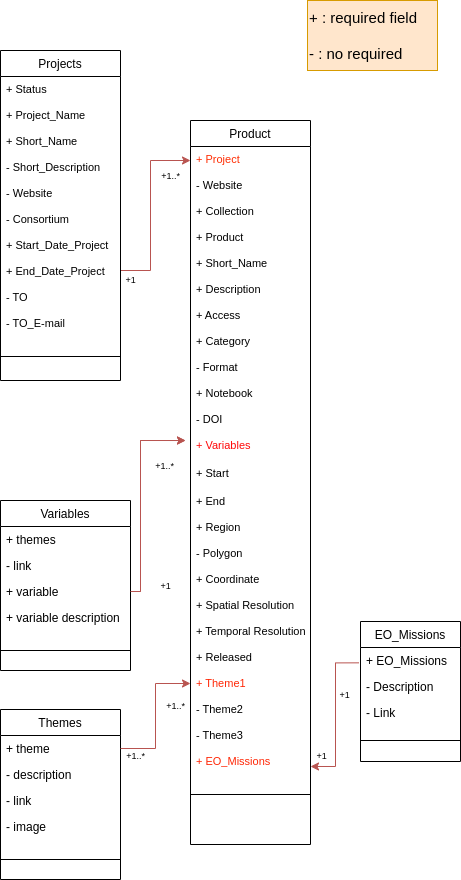
Before: docs/metadata_class_diagram.png, a diagram exported from draw.io (okoko-cs/4dhydro-open-science-catalog-metadata). Source tidied: cells renumbered, new cells last; positions are measured from the earlier drawing's top-left corner, leaving out a move shared by most shapes.
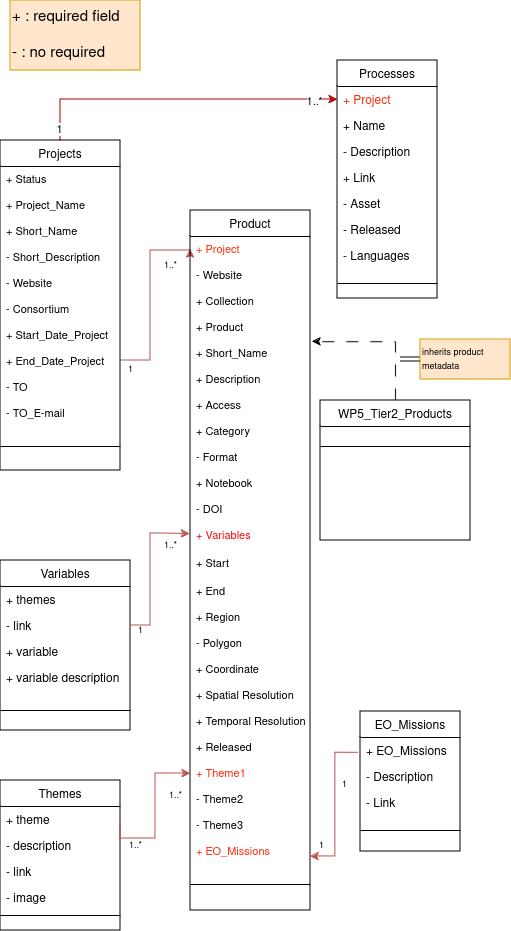
After the commit.

Commit message:
fix: WP5_tier2_product csv add product name

What changed in the source:
```diff
@@ -18,7 +18,7 @@
       <mxGeometry y="104" width="100" height="30" as="geometry" />
     </mxCell>
     <mxCell id="7" value="Themes" style="swimlane;fontStyle=0;align=center;verticalAlign=top;horizontal=1;startSize=26;rounded=0;shadow=0;strokeWidth=1;" parent="1" vertex="1">
-      <mxGeometry y="709" width="120" height="170" as="geometry" />
+      <mxGeometry y="690" width="120" height="150" as="geometry" />
     </mxCell>
     <mxCell id="8" value="+ theme" style="text;align=left;verticalAlign=top;spacingLeft=4;spacingRight=4;overflow=hidden;points=[[0,0.5],[1,0.5]];portConstraint=eastwest;" parent="7" vertex="1">
       <mxGeometry y="26" width="120" height="26" as="geometry" />
@@ -33,19 +33,10 @@
       <mxGeometry y="104" width="120" height="26" as="geometry" />
     </mxCell>
     <mxCell id="12" style="line;html=1;strokeWidth=1;align=left;verticalAlign=middle;spacingTop=-1;spacingLeft=3;spacingRight=3;labelPosition=right;" parent="7" vertex="1">
-      <mxGeometry y="130" width="120" height="40" as="geometry" />
+      <mxGeometry y="130" width="120" height="10" as="geometry" />
     </mxCell>
-    <mxCell id="13" style="edgeStyle=orthogonalEdgeStyle;rounded=0;jettySize=auto;html=1;fillColor=#f8cecc;strokeColor=#b85450;entryX=0;entryY=0.286;entryDx=0;entryDy=0;entryPerimeter=0;" parent="1" edge="1" source="17">
-      <mxGeometry relative="1" as="geometry">
-        <mxPoint x="185" y="440" as="targetPoint" />
-        <Array as="points">
-          <mxPoint x="140" y="591" />
-          <mxPoint x="140" y="440" />
-        </Array>
-      </mxGeometry>
-    </mxCell>
     <mxCell id="14" value="Variables" style="swimlane;fontStyle=0;align=center;verticalAlign=top;horizontal=1;startSize=26;rounded=0;shadow=0;strokeWidth=1;" parent="1" vertex="1">
-      <mxGeometry y="500" width="130" height="170" as="geometry" />
+      <mxGeometry y="470" width="130" height="170" as="geometry" />
     </mxCell>
     <mxCell id="15" value="+ themes" style="text;align=left;verticalAlign=top;spacingLeft=4;spacingRight=4;overflow=hidden;" parent="14" vertex="1">
       <mxGeometry y="26" width="130" height="26" as="geometry" />
@@ -71,6 +62,15 @@
         </Array>
       </mxGeometry>
     </mxCell>
+    <mxCell id="71" style="edgeStyle=orthogonalEdgeStyle;rounded=0;jettySize=auto;html=1;entryX=0;entryY=0.5;entryDx=0;entryDy=0;fillColor=#e51400;strokeColor=#B20000;" parent="1" edge="1" source="21" target="78">
+      <mxGeometry relative="1" as="geometry" />
+    </mxCell>
+    <mxCell id="72" value="1" style="edgeLabel;html=1;align=center;verticalAlign=middle;" parent="71" vertex="1">
+      <mxGeometry x="-0.93" y="1" relative="1" as="geometry" />
+    </mxCell>
+    <mxCell id="73" value="1..*" style="edgeLabel;html=1;align=center;verticalAlign=middle;" parent="71" vertex="1">
+      <mxGeometry x="0.85" y="-2" relative="1" as="geometry" />
+    </mxCell>
     <mxCell id="21" value="Projects" style="swimlane;fontStyle=0;align=center;verticalAlign=top;horizontal=1;startSize=26;rounded=0;shadow=0;strokeWidth=1;" parent="1" vertex="1">
       <mxGeometry y="50" width="120" height="330" as="geometry" />
     </mxCell>
@@ -108,7 +108,7 @@
       <mxGeometry y="286" width="120" height="40" as="geometry" />
     </mxCell>
     <mxCell id="33" value="Product" style="swimlane;fontStyle=0;align=center;verticalAlign=top;horizontal=1;startSize=26;rounded=0;shadow=0;strokeWidth=1;" parent="1" vertex="1">
-      <mxGeometry x="190" y="120" width="120" height="724" as="geometry" />
+      <mxGeometry x="190" y="120" width="120" height="700" as="geometry" />
     </mxCell>
     <mxCell id="34" value="+ Project" style="text;align=left;verticalAlign=top;spacingLeft=4;spacingRight=4;overflow=hidden;points=[[0,0.5],[1,0.5]];portConstraint=eastwest;rounded=0;shadow=0;html=0;fontSize=11;fontColor=#FF2D03;" parent="33" vertex="1">
       <mxGeometry y="26" width="120" height="26" as="geometry" />
@@ -193,45 +193,88 @@
         </Array>
       </mxGeometry>
     </mxCell>
-    <mxCell id="60" value="&lt;font style=&quot;font-size: 9px;&quot;&gt;+1&lt;/font&gt;" style="text;html=1;align=center;verticalAlign=middle;strokeColor=none;fillColor=none;" parent="1" vertex="1">
+    <mxCell id="60" value="&lt;font style=&quot;font-size: 9px;&quot;&gt;1&lt;/font&gt;" style="text;html=1;align=center;verticalAlign=middle;strokeColor=none;fillColor=none;" parent="1" vertex="1">
       <mxGeometry x="306" y="740" width="30" height="30" as="geometry" />
     </mxCell>
-    <mxCell id="61" value="&lt;font style=&quot;font-size: 9px;&quot;&gt;+1&lt;/font&gt;" style="text;html=1;align=center;verticalAlign=middle;strokeColor=none;fillColor=none;" parent="1" vertex="1">
+    <mxCell id="61" value="&lt;font style=&quot;font-size: 9px;&quot;&gt;1&lt;/font&gt;" style="text;html=1;align=center;verticalAlign=middle;strokeColor=none;fillColor=none;" parent="1" vertex="1">
       <mxGeometry x="329" y="679" width="30" height="30" as="geometry" />
     </mxCell>
-    <mxCell id="62" value="&lt;font style=&quot;font-size: 9px;&quot;&gt;+1..*&lt;/font&gt;" style="text;html=1;align=center;verticalAlign=middle;strokeColor=none;fillColor=none;" parent="1" vertex="1">
+    <mxCell id="62" value="&lt;div&gt;&lt;span style=&quot;font-size: 9px; background-color: initial;&quot;&gt;1..*&lt;/span&gt;&lt;br&gt;&lt;/div&gt;" style="text;html=1;align=center;verticalAlign=middle;strokeColor=none;fillColor=none;" parent="1" vertex="1">
       <mxGeometry x="155" y="690" width="40" height="30" as="geometry" />
     </mxCell>
-    <mxCell id="63" value="&lt;font style=&quot;font-size: 9px;&quot;&gt;+1..*&lt;/font&gt;" style="text;html=1;align=center;verticalAlign=middle;strokeColor=none;fillColor=none;" parent="1" vertex="1">
+    <mxCell id="63" value="&lt;div&gt;&lt;span style=&quot;font-size: 9px; background-color: initial;&quot;&gt;1..*&lt;/span&gt;&lt;br&gt;&lt;/div&gt;" style="text;html=1;align=center;verticalAlign=middle;strokeColor=none;fillColor=none;" parent="1" vertex="1">
       <mxGeometry x="115" y="740" width="40" height="30" as="geometry" />
     </mxCell>
-    <mxCell id="64" value="&lt;font style=&quot;font-size: 9px;&quot;&gt;+1..*&lt;/font&gt;" style="text;html=1;align=center;verticalAlign=middle;strokeColor=none;fillColor=none;" parent="1" vertex="1">
-      <mxGeometry x="144" y="450" width="40" height="30" as="geometry" />
+    <mxCell id="64" value="&lt;font style=&quot;font-size: 9px;&quot;&gt;1..*&lt;/font&gt;" style="text;html=1;align=center;verticalAlign=middle;strokeColor=none;fillColor=none;" parent="1" vertex="1">
+      <mxGeometry x="150" y="440" width="40" height="30" as="geometry" />
     </mxCell>
-    <mxCell id="65" value="&lt;font style=&quot;font-size: 9px;&quot;&gt;+1&lt;/font&gt;" style="text;html=1;align=center;verticalAlign=middle;strokeColor=none;fillColor=none;" parent="1" vertex="1">
-      <mxGeometry x="150" y="570" width="30" height="30" as="geometry" />
+    <mxCell id="65" value="&lt;div&gt;&lt;font style=&quot;font-size: 9px;&quot;&gt;&lt;br&gt;&lt;/font&gt;&lt;/div&gt;&lt;font style=&quot;font-size: 9px;&quot;&gt;1&lt;/font&gt;" style="text;html=1;align=center;verticalAlign=middle;strokeColor=none;fillColor=none;" parent="1" vertex="1">
+      <mxGeometry x="125" y="513" width="30" height="40" as="geometry" />
     </mxCell>
-    <mxCell id="66" value="&lt;font style=&quot;font-size: 9px;&quot;&gt;+1..*&lt;/font&gt;" style="text;html=1;align=center;verticalAlign=middle;strokeColor=none;fillColor=none;" parent="1" vertex="1">
+    <mxCell id="66" value="&lt;font style=&quot;font-size: 9px;&quot;&gt;1..*&lt;/font&gt;" style="text;html=1;align=center;verticalAlign=middle;strokeColor=none;fillColor=none;" parent="1" vertex="1">
       <mxGeometry x="150" y="160" width="40" height="30" as="geometry" />
     </mxCell>
-    <mxCell id="67" value="&lt;font style=&quot;font-size: 9px;&quot;&gt;+1&lt;/font&gt;" style="text;html=1;align=center;verticalAlign=middle;strokeColor=none;fillColor=none;" parent="1" vertex="1">
+    <mxCell id="67" value="&lt;font style=&quot;font-size: 9px;&quot;&gt;1&lt;/font&gt;" style="text;html=1;align=center;verticalAlign=middle;strokeColor=none;fillColor=none;" parent="1" vertex="1">
       <mxGeometry x="115" y="264" width="30" height="30" as="geometry" />
     </mxCell>
     <mxCell id="68" style="edgeStyle=orthogonalEdgeStyle;rounded=0;jettySize=auto;html=1;entryX=1;entryY=0.692;entryDx=0;entryDy=0;entryPerimeter=0;fillColor=#f8cecc;strokeColor=#b85450;exitX=-0.018;exitY=0.59;exitDx=0;exitDy=0;exitPerimeter=0;" parent="1" edge="1" source="3" target="57">
       <mxGeometry relative="1" as="geometry" />
     </mxCell>
     <mxCell id="69" value="&lt;font style=&quot;font-size: 15px;&quot;&gt;+ : required field&lt;br&gt;&lt;br&gt;- : no required&lt;/font&gt;" style="text;html=1;align=left;verticalAlign=middle;strokeColor=#d79b00;fillColor=#ffe6cc;" parent="1" vertex="1">
-      <mxGeometry x="307" width="130" height="70" as="geometry" />
+      <mxGeometry x="10" y="-90" width="130" height="70" as="geometry" />
     </mxCell>
-    <mxCell id="70" style="edgeStyle=orthogonalEdgeStyle;rounded=0;orthogonalLoop=1;jettySize=auto;html=1;fillColor=#f8cecc;strokeColor=#b85450;entryX=0;entryY=0.286;entryDx=0;entryDy=0;entryPerimeter=0;" parent="1" edge="1">
-      <mxGeometry relative="1" as="geometry">
-        <mxPoint x="130" y="591" as="sourcePoint" />
-        <mxPoint x="185" y="440" as="targetPoint" />
-        <Array as="points">
-          <mxPoint x="140" y="591" />
-          <mxPoint x="140" y="440" />
-        </Array>
-      </mxGeometry>
-    </mxCell>
+    <mxCell id="74" style="edgeStyle=orthogonalEdgeStyle;rounded=0;jettySize=auto;html=1;entryX=1.015;entryY=0.046;entryDx=0;entryDy=0;entryPerimeter=0;dashed=1;dashPattern=12 12;strokeWidth=1;" parent="1" edge="1" source="75" target="38">
+      <mxGeometry relative="1" as="geometry" />
+    </mxCell>
+    <mxCell id="75" value="WP5_Tier2_Products" style="swimlane;fontStyle=0;align=center;verticalAlign=top;horizontal=1;startSize=26;rounded=0;shadow=0;strokeWidth=1;" parent="1" vertex="1">
+      <mxGeometry x="320" y="310" width="150" height="140" as="geometry" />
+    </mxCell>
+    <mxCell id="76" style="line;html=1;strokeWidth=1;align=left;verticalAlign=middle;spacingTop=-1;spacingLeft=3;spacingRight=3;labelPosition=right;" parent="75" vertex="1">
+      <mxGeometry y="26" width="150" height="40" as="geometry" />
+    </mxCell>
+    <mxCell id="77" value="Processes" style="swimlane;fontStyle=0;align=center;verticalAlign=top;horizontal=1;startSize=26;rounded=0;shadow=0;strokeWidth=1;" parent="1" vertex="1">
+      <mxGeometry x="337" y="-30" width="100" height="238" as="geometry" />
+    </mxCell>
+    <mxCell id="78" value="+ Project" style="text;align=left;verticalAlign=top;spacingLeft=4;spacingRight=4;overflow=hidden;points=[[0,0.5],[1,0.5]];portConstraint=eastwest;fontColor=#FF2605;" parent="77" vertex="1">
+      <mxGeometry y="26" width="100" height="26" as="geometry" />
+    </mxCell>
+    <mxCell id="79" value="+ Name" style="text;align=left;verticalAlign=top;spacingLeft=4;spacingRight=4;overflow=hidden;rounded=0;shadow=0;html=0;" parent="77" vertex="1">
+      <mxGeometry y="52" width="100" height="26" as="geometry" />
+    </mxCell>
+    <mxCell id="80" value="- Description" style="text;align=left;verticalAlign=top;spacingLeft=4;spacingRight=4;overflow=hidden;rounded=0;shadow=0;html=0;" parent="77" vertex="1">
+      <mxGeometry y="78" width="100" height="26" as="geometry" />
+    </mxCell>
+    <mxCell id="81" value="+ Link" style="text;align=left;verticalAlign=top;spacingLeft=4;spacingRight=4;overflow=hidden;rounded=0;shadow=0;html=0;" parent="77" vertex="1">
+      <mxGeometry y="104" width="100" height="26" as="geometry" />
+    </mxCell>
+    <mxCell id="82" value="- Asset" style="text;align=left;verticalAlign=top;spacingLeft=4;spacingRight=4;overflow=hidden;rounded=0;shadow=0;html=0;" parent="77" vertex="1">
+      <mxGeometry y="130" width="100" height="26" as="geometry" />
+    </mxCell>
+    <mxCell id="83" value="- Released" style="text;align=left;verticalAlign=top;spacingLeft=4;spacingRight=4;overflow=hidden;rounded=0;shadow=0;html=0;" parent="77" vertex="1">
+      <mxGeometry y="156" width="100" height="26" as="geometry" />
+    </mxCell>
+    <mxCell id="84" value="- Languages" style="text;align=left;verticalAlign=top;spacingLeft=4;spacingRight=4;overflow=hidden;rounded=0;shadow=0;html=0;" parent="77" vertex="1">
+      <mxGeometry y="182" width="100" height="26" as="geometry" />
+    </mxCell>
+    <mxCell id="85" style="line;html=1;strokeWidth=1;align=left;verticalAlign=middle;spacingTop=-1;spacingLeft=3;spacingRight=3;labelPosition=right;" parent="77" vertex="1">
+      <mxGeometry y="208" width="100" height="30" as="geometry" />
+    </mxCell>
+    <mxCell id="13" style="edgeStyle=orthogonalEdgeStyle;rounded=0;jettySize=auto;html=1;fillColor=#f8cecc;strokeColor=#b85450;entryX=-0.004;entryY=0.409;entryDx=0;entryDy=0;entryPerimeter=0;exitX=1;exitY=0.5;exitDx=0;exitDy=0;" parent="1" edge="1" source="16" target="45">
+      <mxGeometry relative="1" as="geometry">
+        <Array as="points">
+          <mxPoint x="150" y="535" />
+          <mxPoint x="150" y="443" />
+          <mxPoint x="160" y="443" />
+        </Array>
+      </mxGeometry>
+    </mxCell>
+    <mxCell id="86" style="edgeStyle=orthogonalEdgeStyle;rounded=0;jettySize=auto;html=1;shape=link;" parent="1" edge="1" source="87">
+      <mxGeometry relative="1" as="geometry">
+        <mxPoint x="400" y="269" as="targetPoint" />
+      </mxGeometry>
+    </mxCell>
+    <mxCell id="87" value="&lt;font style=&quot;font-size: 9px;&quot;&gt;inherits product&lt;br&gt;metadata&lt;br&gt;&lt;/font&gt;" style="text;html=1;align=left;verticalAlign=middle;points=[];strokeColor=#d79b00;fillColor=#ffe6cc;" parent="1" vertex="1">
+      <mxGeometry x="420" y="249" width="90" height="40" as="geometry" />
+    </mxCell>
   </root>
 </mxGraphModel>
```
